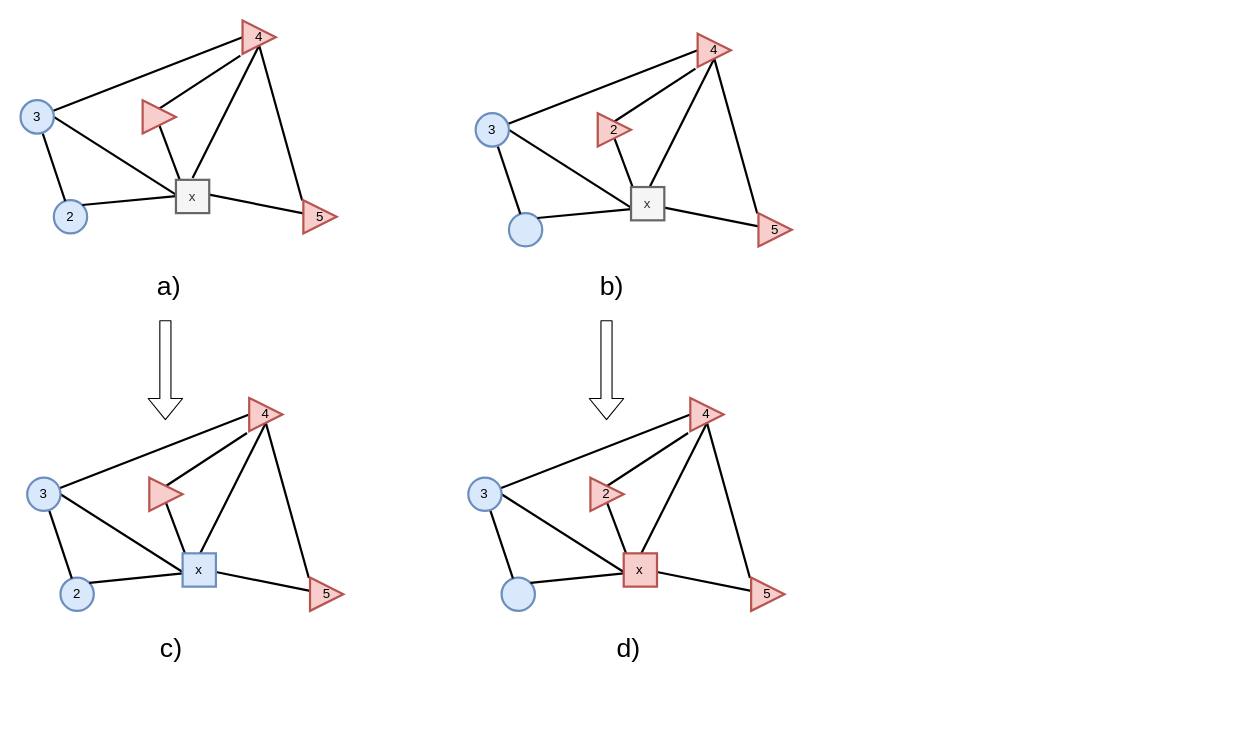
This is page "第 6 页" (6 of 7) of attention embedding.drawio from zjtone/RL-Note, a draw.io file, before an edit. Source tidied: cells renumbered, new cells numbered last; positions are measured from the earlier drawing's top-left corner, leaving out a move shared by most shapes. Both pictures are drawn from the tidied source at 111%, with x=0, y=0 at pixel (20, 20).
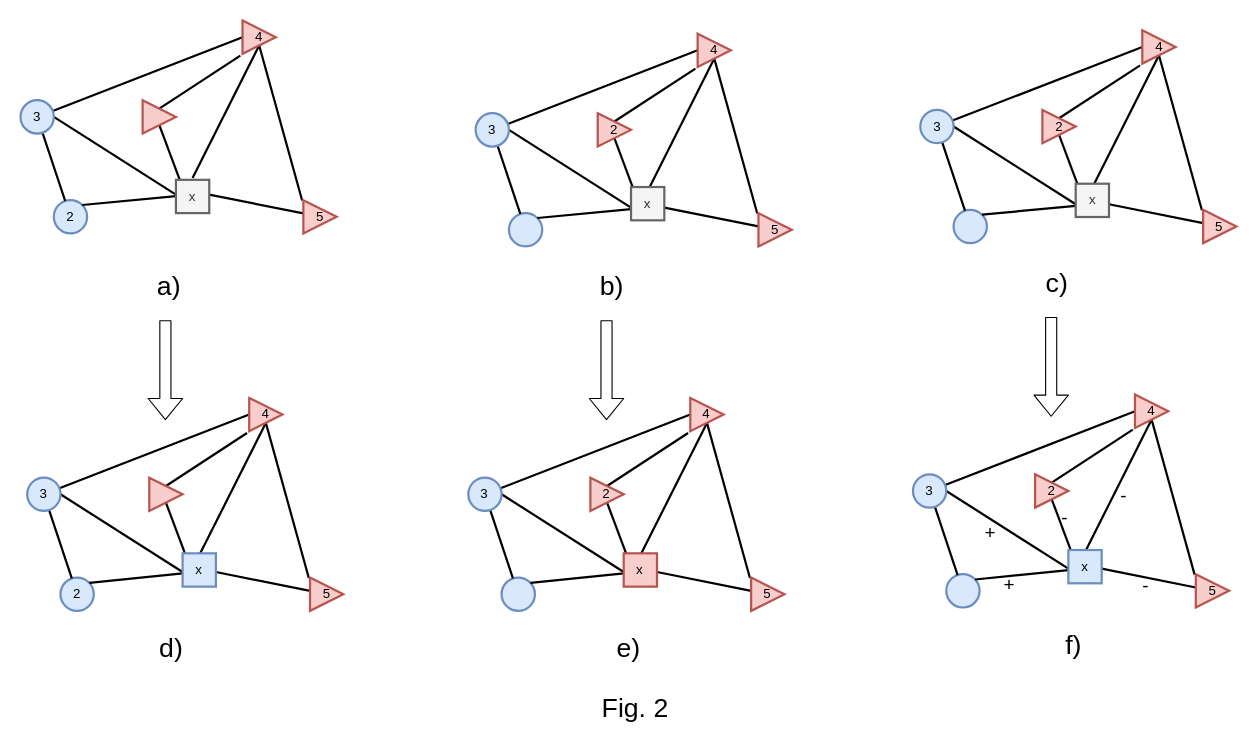
The same page after the edit.

Diff of the diagram source:
```diff
@@
-    <mxCell id="66" value="c)" style="text;html=1;strokeColor=none;fillColor=none;align=center;verticalAlign=middle;whiteSpace=wrap;rounded=0;dashed=1;fontSize=24;strokeWidth=2;" parent="1" vertex="1">
+    <mxCell id="66" value="d)" style="text;html=1;strokeColor=none;fillColor=none;align=center;verticalAlign=middle;whiteSpace=wrap;rounded=0;dashed=1;fontSize=24;strokeWidth=2;" parent="1" vertex="1">
       <mxGeometry x="116" y="555.8" width="40" height="20" as="geometry" />
     </mxCell>
-    <mxCell id="67" value="d)" style="text;html=1;strokeColor=none;fillColor=none;align=center;verticalAlign=middle;whiteSpace=wrap;rounded=0;dashed=1;fontSize=24;strokeWidth=2;" parent="1" vertex="1">
+    <mxCell id="67" value="e)" style="text;html=1;strokeColor=none;fillColor=none;align=center;verticalAlign=middle;whiteSpace=wrap;rounded=0;dashed=1;fontSize=24;strokeWidth=2;" parent="1" vertex="1">
       <mxGeometry x="528.4" y="555.8" width="40" height="20" as="geometry" />
     </mxCell>
@@
+    <mxCell id="72" value="Fig. 2" style="text;html=1;strokeColor=none;fillColor=none;align=center;verticalAlign=middle;whiteSpace=wrap;rounded=0;dashed=1;fontSize=24;strokeWidth=2;" parent="1" vertex="1">
+      <mxGeometry x="513.4" y="610" width="81.8" height="20" as="geometry" />
+    </mxCell>
+    <mxCell id="73" style="ellipse;whiteSpace=wrap;html=1;fillColor=#dae8fc;strokeColor=#6c8ebf;strokeWidth=2;" parent="1" vertex="1">
+      <mxGeometry x="840.6" y="170.5" width="30" height="30" as="geometry" />
+    </mxCell>
+    <mxCell id="74" style="rounded=0;jettySize=auto;html=1;endArrow=none;endFill=0;strokeWidth=2;" parent="1" edge="1" source="77" target="73">
+      <mxGeometry relative="1" as="geometry" />
+    </mxCell>
+    <mxCell id="75" style="edgeStyle=none;rounded=0;jettySize=auto;html=1;entryX=0;entryY=0.5;entryDx=0;entryDy=0;endArrow=none;endFill=0;strokeWidth=2;" parent="1" edge="1" source="77" target="82">
+      <mxGeometry relative="1" as="geometry" />
+    </mxCell>
+    <mxCell id="76" style="edgeStyle=none;rounded=0;jettySize=auto;html=1;entryX=0;entryY=0.5;entryDx=0;entryDy=0;endArrow=none;endFill=0;strokeWidth=2;exitX=1;exitY=0.5;exitDx=0;exitDy=0;" parent="1" edge="1" source="77">
+      <mxGeometry relative="1" as="geometry">
+        <mxPoint x="950.6" y="165.5" as="targetPoint" />
+      </mxGeometry>
+    </mxCell>
+    <mxCell id="77" value="3" style="ellipse;whiteSpace=wrap;html=1;fillColor=#dae8fc;strokeColor=#6c8ebf;strokeWidth=2;" parent="1" vertex="1">
+      <mxGeometry x="810.6" y="80.5" width="30" height="30" as="geometry" />
+    </mxCell>
+    <mxCell id="78" style="rounded=0;jettySize=auto;html=1;entryX=1;entryY=0;entryDx=0;entryDy=0;endArrow=none;endFill=0;strokeWidth=2;" parent="1" edge="1" target="73">
+      <mxGeometry relative="1" as="geometry">
+        <mxPoint x="950.7" y="166.9" as="sourcePoint" />
+      </mxGeometry>
+    </mxCell>
+    <mxCell id="79" style="rounded=0;orthogonalLoop=1;jettySize=auto;html=1;entryX=0.5;entryY=1;entryDx=0;entryDy=0;endArrow=none;endFill=0;strokeWidth=2;" parent="1" edge="1">
+      <mxGeometry relative="1" as="geometry">
+        <mxPoint x="859" y="281.2" as="sourcePoint" />
+        <mxPoint x="859" y="281.2" as="targetPoint" />
+      </mxGeometry>
+    </mxCell>
+    <mxCell id="80" style="rounded=0;jettySize=auto;html=1;endArrow=none;endFill=0;strokeWidth=2;exitX=0.5;exitY=1;exitDx=0;exitDy=0;entryX=-0.036;entryY=0.012;entryDx=0;entryDy=0;entryPerimeter=0;" parent="1" edge="1" source="82" target="84">
+      <mxGeometry relative="1" as="geometry" />
+    </mxCell>
+    <mxCell id="81" style="rounded=0;jettySize=auto;html=1;entryX=0.5;entryY=0;entryDx=0;entryDy=0;endArrow=none;endFill=0;strokeWidth=2;exitX=0.5;exitY=1;exitDx=0;exitDy=0;" parent="1" edge="1" source="82">
+      <mxGeometry relative="1" as="geometry">
+        <mxPoint x="965.6" y="150.5" as="targetPoint" />
+      </mxGeometry>
+    </mxCell>
+    <mxCell id="82" value="4" style="triangle;whiteSpace=wrap;html=1;fillColor=#f8cecc;strokeColor=#b85450;strokeWidth=2;" parent="1" vertex="1">
+      <mxGeometry x="1010.6" y="8.8" width="30" height="30" as="geometry" />
+    </mxCell>
+    <mxCell id="83" style="edgeStyle=none;rounded=0;jettySize=auto;html=1;entryX=1;entryY=0.5;entryDx=0;entryDy=0;endArrow=none;endFill=0;strokeWidth=2;fontSize=24;" parent="1" edge="1" source="84">
+      <mxGeometry relative="1" as="geometry">
+        <mxPoint x="980.6" y="165.5" as="targetPoint" />
+      </mxGeometry>
+    </mxCell>
+    <mxCell id="84" value="5" style="triangle;whiteSpace=wrap;html=1;fillColor=#f8cecc;strokeColor=#b85450;strokeWidth=2;" parent="1" vertex="1">
+      <mxGeometry x="1065.4" y="170.5" width="30" height="30" as="geometry" />
+    </mxCell>
+    <mxCell id="85" style="edgeStyle=none;rounded=0;jettySize=auto;html=1;exitX=0.5;exitY=1;exitDx=0;exitDy=0;entryX=0;entryY=0;entryDx=0;entryDy=0;endArrow=none;endFill=0;strokeWidth=2;fontSize=24;" parent="1" edge="1" source="87">
+      <mxGeometry relative="1" as="geometry">
+        <mxPoint x="955" y="154.9" as="targetPoint" />
+      </mxGeometry>
+    </mxCell>
+    <mxCell id="86" style="edgeStyle=none;rounded=0;jettySize=auto;html=1;exitX=0.5;exitY=0;exitDx=0;exitDy=0;entryX=-0.066;entryY=1.052;entryDx=0;entryDy=0;entryPerimeter=0;endArrow=none;endFill=0;strokeWidth=2;fontSize=24;" parent="1" edge="1" source="87" target="82">
+      <mxGeometry relative="1" as="geometry" />
+    </mxCell>
+    <mxCell id="87" value="2" style="triangle;whiteSpace=wrap;html=1;fillColor=#f8cecc;strokeColor=#b85450;strokeWidth=2;" parent="1" vertex="1">
+      <mxGeometry x="920.6" y="80.5" width="30" height="30" as="geometry" />
+    </mxCell>
+    <mxCell id="88" style="ellipse;whiteSpace=wrap;html=1;fillColor=#dae8fc;strokeColor=#6c8ebf;strokeWidth=2;" parent="1" vertex="1">
+      <mxGeometry x="834" y="498.8" width="30" height="30" as="geometry" />
+    </mxCell>
+    <mxCell id="89" style="rounded=0;jettySize=auto;html=1;endArrow=none;endFill=0;strokeWidth=2;" parent="1" edge="1" source="92" target="88">
+      <mxGeometry relative="1" as="geometry" />
+    </mxCell>
+    <mxCell id="90" style="edgeStyle=none;rounded=0;jettySize=auto;html=1;entryX=0;entryY=0.5;entryDx=0;entryDy=0;endArrow=none;endFill=0;strokeWidth=2;" parent="1" edge="1" source="92" target="97">
+      <mxGeometry relative="1" as="geometry" />
+    </mxCell>
+    <mxCell id="91" style="edgeStyle=none;rounded=0;jettySize=auto;html=1;entryX=0;entryY=0.5;entryDx=0;entryDy=0;endArrow=none;endFill=0;strokeWidth=2;exitX=1;exitY=0.5;exitDx=0;exitDy=0;" parent="1" edge="1" source="92">
+      <mxGeometry relative="1" as="geometry">
+        <mxPoint x="944" y="493.8" as="targetPoint" />
+      </mxGeometry>
+    </mxCell>
+    <mxCell id="92" value="3" style="ellipse;whiteSpace=wrap;html=1;fillColor=#dae8fc;strokeColor=#6c8ebf;strokeWidth=2;" parent="1" vertex="1">
+      <mxGeometry x="804" y="408.8" width="30" height="30" as="geometry" />
+    </mxCell>
+    <mxCell id="93" style="rounded=0;jettySize=auto;html=1;entryX=1;entryY=0;entryDx=0;entryDy=0;endArrow=none;endFill=0;strokeWidth=2;" parent="1" edge="1" target="88">
+      <mxGeometry relative="1" as="geometry">
+        <mxPoint x="944.1" y="495.1" as="sourcePoint" />
+      </mxGeometry>
+    </mxCell>
+    <mxCell id="94" style="rounded=0;orthogonalLoop=1;jettySize=auto;html=1;entryX=0.5;entryY=1;entryDx=0;entryDy=0;endArrow=none;endFill=0;strokeWidth=2;" parent="1" edge="1">
+      <mxGeometry relative="1" as="geometry">
+        <mxPoint x="864" y="537" as="sourcePoint" />
+        <mxPoint x="864" y="537" as="targetPoint" />
+      </mxGeometry>
+    </mxCell>
+    <mxCell id="95" style="rounded=0;jettySize=auto;html=1;endArrow=none;endFill=0;strokeWidth=2;exitX=0.5;exitY=1;exitDx=0;exitDy=0;entryX=-0.036;entryY=0.012;entryDx=0;entryDy=0;entryPerimeter=0;" parent="1" edge="1" source="97" target="99">
+      <mxGeometry relative="1" as="geometry" />
+    </mxCell>
+    <mxCell id="96" style="rounded=0;jettySize=auto;html=1;entryX=0.5;entryY=0;entryDx=0;entryDy=0;endArrow=none;endFill=0;strokeWidth=2;exitX=0.5;exitY=1;exitDx=0;exitDy=0;" parent="1" edge="1" source="97">
+      <mxGeometry relative="1" as="geometry">
+        <mxPoint x="959" y="478.8" as="targetPoint" />
+      </mxGeometry>
+    </mxCell>
+    <mxCell id="97" value="4" style="triangle;whiteSpace=wrap;html=1;fillColor=#f8cecc;strokeColor=#b85450;strokeWidth=2;" parent="1" vertex="1">
+      <mxGeometry x="1004" y="337" width="30" height="30" as="geometry" />
+    </mxCell>
+    <mxCell id="98" style="edgeStyle=none;rounded=0;jettySize=auto;html=1;entryX=1;entryY=0.5;entryDx=0;entryDy=0;endArrow=none;endFill=0;strokeWidth=2;fontSize=24;" parent="1" edge="1" source="99">
+      <mxGeometry relative="1" as="geometry">
+        <mxPoint x="974" y="493.8" as="targetPoint" />
+      </mxGeometry>
+    </mxCell>
+    <mxCell id="99" value="5" style="triangle;whiteSpace=wrap;html=1;fillColor=#f8cecc;strokeColor=#b85450;strokeWidth=2;" parent="1" vertex="1">
+      <mxGeometry x="1058.8" y="498.8" width="30" height="30" as="geometry" />
+    </mxCell>
+    <mxCell id="100" style="edgeStyle=none;rounded=0;jettySize=auto;html=1;exitX=0.5;exitY=1;exitDx=0;exitDy=0;entryX=0;entryY=0;entryDx=0;entryDy=0;endArrow=none;endFill=0;strokeWidth=2;fontSize=24;" parent="1" edge="1" source="102">
+      <mxGeometry relative="1" as="geometry">
+        <mxPoint x="948.4" y="483.1" as="targetPoint" />
+      </mxGeometry>
+    </mxCell>
+    <mxCell id="101" style="edgeStyle=none;rounded=0;jettySize=auto;html=1;exitX=0.5;exitY=0;exitDx=0;exitDy=0;entryX=-0.066;entryY=1.052;entryDx=0;entryDy=0;entryPerimeter=0;endArrow=none;endFill=0;strokeWidth=2;fontSize=24;" parent="1" edge="1" source="102" target="97">
+      <mxGeometry relative="1" as="geometry" />
+    </mxCell>
+    <mxCell id="102" value="2" style="triangle;whiteSpace=wrap;html=1;fillColor=#f8cecc;strokeColor=#b85450;strokeWidth=2;" parent="1" vertex="1">
+      <mxGeometry x="914" y="408.8" width="30" height="30" as="geometry" />
+    </mxCell>
+    <mxCell id="103" style="endArrow=classic;html=1;strokeWidth=1;fontSize=24;shape=flexArrow;" parent="1" edge="1">
+      <mxGeometry relative="1" as="geometry">
+        <mxPoint x="928.5" y="267" as="sourcePoint" />
+        <mxPoint x="928.5" y="357" as="targetPoint" />
+      </mxGeometry>
+    </mxCell>
+    <mxCell id="104" value="c)" style="text;html=1;strokeColor=none;fillColor=none;align=center;verticalAlign=middle;whiteSpace=wrap;rounded=0;dashed=1;fontSize=24;strokeWidth=2;" parent="1" vertex="1">
+      <mxGeometry x="914" y="227" width="40" height="20" as="geometry" />
+    </mxCell>
+    <mxCell id="105" value="f)" style="text;html=1;strokeColor=none;fillColor=none;align=center;verticalAlign=middle;whiteSpace=wrap;rounded=0;dashed=1;fontSize=24;strokeWidth=2;" parent="1" vertex="1">
+      <mxGeometry x="929" y="552.8" width="40" height="20" as="geometry" />
+    </mxCell>
+    <mxCell id="106" value="x" style="rounded=0;whiteSpace=wrap;html=1;strokeWidth=2;fillColor=#f5f5f5;fontSize=12;strokeColor=#666666;fontColor=#333333;" parent="1" vertex="1">
+      <mxGeometry x="950.6" y="147" width="30" height="30" as="geometry" />
+    </mxCell>
+    <mxCell id="107" value="x" style="rounded=0;whiteSpace=wrap;html=1;strokeWidth=2;fillColor=#dae8fc;fontSize=12;strokeColor=#6c8ebf;" parent="1" vertex="1">
+      <mxGeometry x="944" y="477" width="30" height="30" as="geometry" />
+    </mxCell>
+    <mxCell id="108" value="+" style="text;html=1;align=center;verticalAlign=middle;whiteSpace=wrap;rounded=0;fontSize=17;" parent="1" vertex="1">
+      <mxGeometry x="854" y="453" width="40" height="20" as="geometry" />
+    </mxCell>
+    <mxCell id="109" value="+" style="text;html=1;align=center;verticalAlign=middle;whiteSpace=wrap;rounded=0;fontSize=17;" parent="1" vertex="1">
+      <mxGeometry x="870.6" y="498.8" width="40" height="20" as="geometry" />
+    </mxCell>
+    <mxCell id="110" value="-" style="text;html=1;align=center;verticalAlign=middle;whiteSpace=wrap;rounded=0;fontSize=17;" parent="1" vertex="1">
+      <mxGeometry x="920.6" y="438.8" width="40" height="20" as="geometry" />
+    </mxCell>
+    <mxCell id="111" value="-" style="text;html=1;align=center;verticalAlign=middle;whiteSpace=wrap;rounded=0;fontSize=17;" parent="1" vertex="1">
+      <mxGeometry x="974" y="418.8" width="40" height="20" as="geometry" />
+    </mxCell>
+    <mxCell id="112" value="-" style="text;html=1;align=center;verticalAlign=middle;whiteSpace=wrap;rounded=0;fontSize=17;" parent="1" vertex="1">
+      <mxGeometry x="994" y="499.8" width="40" height="20" as="geometry" />
+    </mxCell>
```
